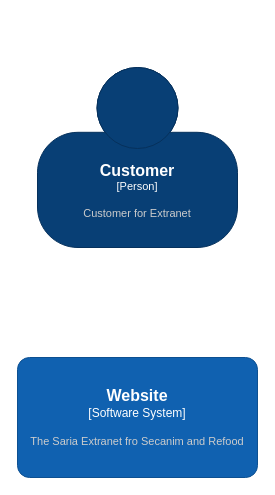
Before: C4Model.drawio in samuelcella/C4, a draw.io diagram. Source tidied: cells renumbered, new cells numbered last; positions are measured from the earlier drawing's top-left corner, leaving out a move shared by most shapes. Both pictures are drawn from the tidied source at 100%, with x=0, y=0 at pixel (17, 67).
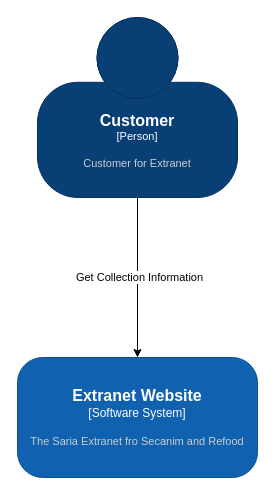
After the change.

What changed in the source:
```diff
@@
 <mxGraphModel>
   <root>
     <mxCell id="0" />
     <mxCell id="1" parent="0" />
+    <mxCell id="4" style="edgeStyle=orthogonalEdgeStyle;rounded=0;jettySize=auto;html=1;" parent="1" edge="1" source="2" target="3">
+      <mxGeometry relative="1" as="geometry" />
+    </mxCell>
+    <mxCell id="5" value="Get Collection Information" style="edgeLabel;html=1;align=center;verticalAlign=middle;" parent="4" vertex="1">
+      <mxGeometry x="-0.01" y="1" relative="1" as="geometry" />
+    </mxCell>
     <object id="2" label="&lt;font style=&quot;font-size: 16px&quot;&gt;&lt;b&gt;%c4Name%&lt;/b&gt;&lt;/font&gt;&lt;div&gt;[%c4Type%]&lt;/div&gt;&lt;br&gt;&lt;div&gt;&lt;font style=&quot;font-size: 11px&quot;&gt;&lt;font color=&quot;#cccccc&quot;&gt;%c4Description%&lt;/font&gt;&lt;/div&gt;" c4Description="Customer for Extranet" c4Name="Customer" c4Type="Person" placeholders="1">
       <mxCell style="html=1;fontSize=11;dashed=0;whiteSpace=wrap;fillColor=#083F75;strokeColor=#06315C;fontColor=#ffffff;shape=mxgraph.c4.person2;align=center;points=[[0.5,0,0],[1,0.5,0],[1,0.75,0],[0.75,1,0],[0.5,1,0],[0.25,1,0],[0,0.75,0],[0,0.5,0]];" parent="1" vertex="1">
-        <mxGeometry x="20" width="200" height="180" as="geometry" />
+        <mxGeometry x="20" y="-50" width="200" height="180" as="geometry" />
       </mxCell>
     </object>
-    <object id="3" label="&lt;font style=&quot;font-size: 16px&quot;&gt;&lt;b&gt;%c4Name%&lt;/b&gt;&lt;/font&gt;&lt;div&gt;[%c4Type%]&lt;/div&gt;&lt;br&gt;&lt;div&gt;&lt;font style=&quot;font-size: 11px&quot;&gt;&lt;font color=&quot;#cccccc&quot;&gt;%c4Description%&lt;/font&gt;&lt;/div&gt;" c4Description="The Saria Extranet fro Secanim and Refood" c4Name="Website" c4Type="Software System" placeholders="1">
-      <mxCell style="rounded=1;whiteSpace=wrap;html=1;labelBackgroundColor=none;fillColor=#1061B0;fontColor=#ffffff;align=center;arcSize=10;strokeColor=#0D5091;points=[[0.25,0,0],[0.5,0,0],[0.75,0,0],[1,0.25,0],[1,0.5,0],[1,0.75,0],[0.75,1,0],[0.5,1,0],[0.25,1,0],[0,0.75,0],[0,0.5,0],[0,0.25,0]];" parent="1" vertex="1">
+    <object id="3" label="&lt;font style=&quot;font-size: 16px&quot;&gt;&lt;b&gt;%c4Name%&lt;/b&gt;&lt;/font&gt;&lt;div&gt;[%c4Type%]&lt;/div&gt;&lt;br&gt;&lt;div&gt;&lt;font style=&quot;font-size: 11px&quot;&gt;&lt;font color=&quot;#cccccc&quot;&gt;%c4Description%&lt;/font&gt;&lt;/div&gt;" c4Description="The Saria Extranet fro Secanim and Refood" c4Name="Extranet Website" c4Type="Software System" placeholders="1">
+      <mxCell style="rounded=1;whiteSpace=wrap;html=1;labelBackgroundColor=none;fillColor=#1061B0;fontColor=#ffffff;align=center;arcSize=21;strokeColor=#0D5091;points=[[0.25,0,0],[0.5,0,0],[0.75,0,0],[1,0.25,0],[1,0.5,0],[1,0.75,0],[0.75,1,0],[0.5,1,0],[0.25,1,0],[0,0.75,0],[0,0.5,0],[0,0.25,0]];" parent="1" vertex="1">
         <mxGeometry y="290" width="240" height="120" as="geometry" />
       </mxCell>
     </object>
   </root>
 </mxGraphModel>
```
